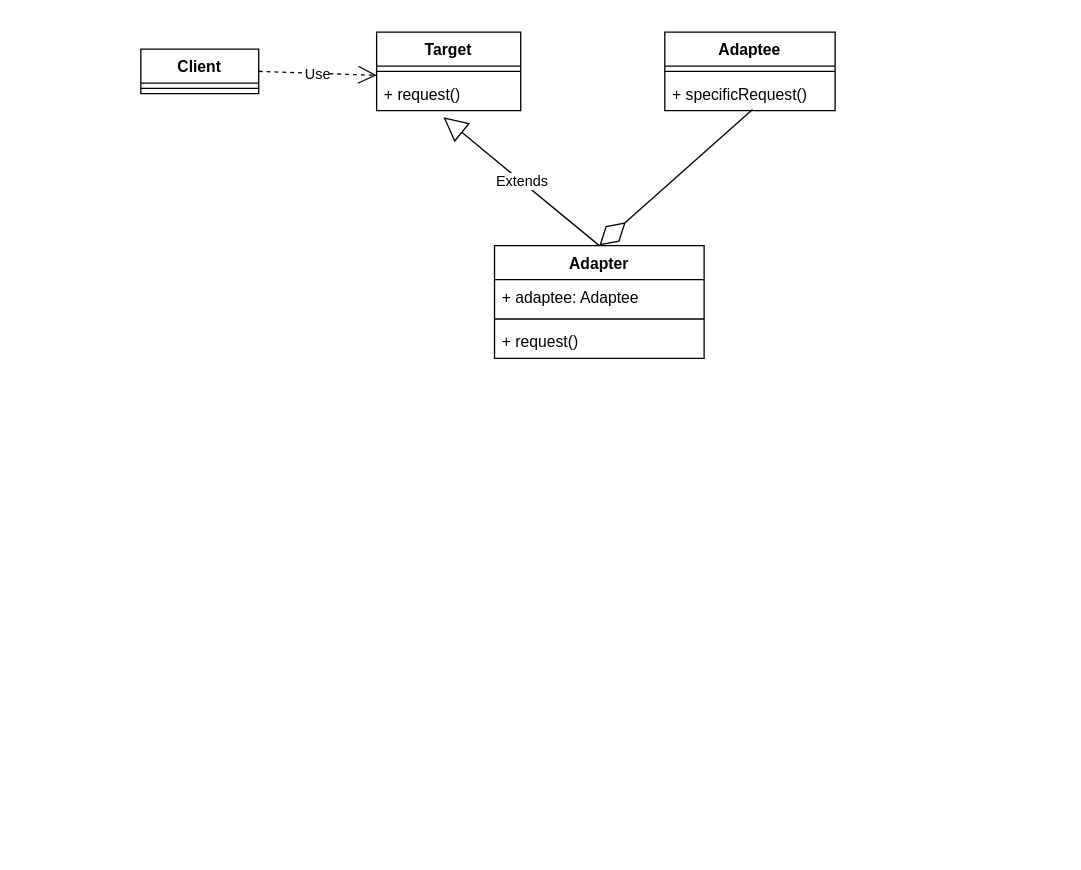
Above: 设计模式/适配器模式-接口适配器.drawio in g1823/Draw (draw.io), before the change. Source tidied: cells renumbered, new cells numbered last; positions are measured from the earlier drawing's top-left corner, leaving out a move shared by most shapes. Both pictures are drawn from the tidied source at 131%, with x=0, y=0 at pixel (140, 31).
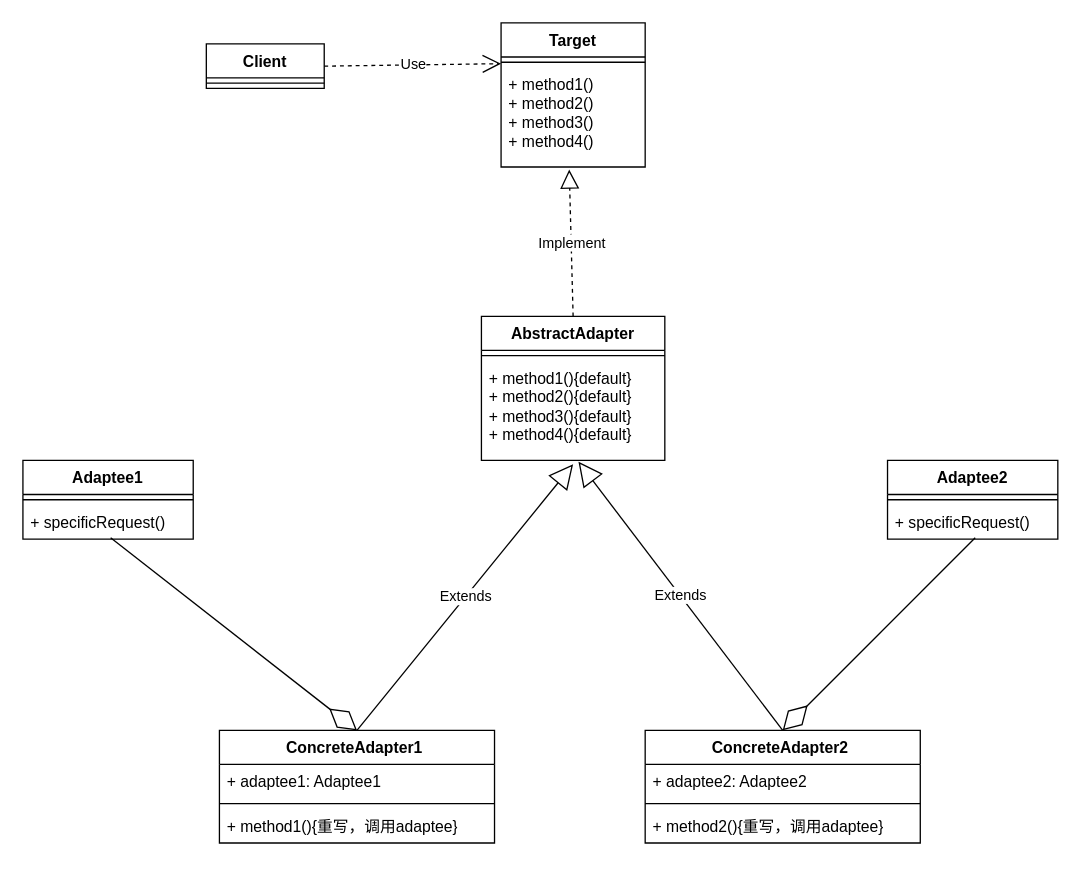
Above is the later version.

Commit message:
更新适配器模式-接口适配器.drawio

The change refers to these unchanged cells:
```xml
<mxCell id="9" value="+ specificRequest()" style="text;strokeColor=none;fillColor=none;align=left;verticalAlign=top;spacingLeft=4;spacingRight=4;overflow=hidden;points=[[0,0.5],[1,0.5]];portConstraint=eastwest;whiteSpace=wrap;html=1;" parent="7" vertex="1">
  <mxGeometry y="34" width="130" height="26" as="geometry" />
</mxCell>
```

What changed in the source:
```diff
@@
     <mxCell id="2" value="Client" style="swimlane;fontStyle=1;align=center;verticalAlign=top;horizontal=1;startSize=26;whiteSpace=wrap;html=1;" parent="1" vertex="1">
-      <mxGeometry y="13" width="90" height="34" as="geometry" />
+      <mxGeometry x="50" y="9" width="90" height="34" as="geometry" />
     </mxCell>
@@
     <mxCell id="4" value="Target" style="swimlane;fontStyle=1;align=center;verticalAlign=top;horizontal=1;startSize=26;whiteSpace=wrap;html=1;" parent="1" vertex="1">
-      <mxGeometry x="180" width="110" height="60" as="geometry" />
+      <mxGeometry x="275" y="-7" width="110" height="110" as="geometry" />
     </mxCell>
@@
-    <mxCell id="6" value="+ request()" style="text;strokeColor=none;fillColor=none;align=left;verticalAlign=top;spacingLeft=4;spacingRight=4;overflow=hidden;points=[[0,0.5],[1,0.5]];portConstraint=eastwest;whiteSpace=wrap;html=1;" parent="4" vertex="1">
-      <mxGeometry y="34" width="110" height="26" as="geometry" />
+    <mxCell id="6" value="+ method1()&lt;div&gt;+ method2()&lt;/div&gt;&lt;div&gt;+ method3()&lt;/div&gt;&lt;div&gt;+ method4()&lt;/div&gt;" style="text;strokeColor=none;fillColor=none;align=left;verticalAlign=top;spacingLeft=4;spacingRight=4;overflow=hidden;points=[[0,0.5],[1,0.5]];portConstraint=eastwest;whiteSpace=wrap;html=1;" parent="4" vertex="1">
+      <mxGeometry y="34" width="110" height="76" as="geometry" />
     </mxCell>
-    <mxCell id="7" value="Adaptee" style="swimlane;fontStyle=1;align=center;verticalAlign=top;horizontal=1;startSize=26;whiteSpace=wrap;html=1;" parent="1" vertex="1">
-      <mxGeometry x="400" width="130" height="60" as="geometry" />
+    <mxCell id="7" value="Adaptee1" style="swimlane;fontStyle=1;align=center;verticalAlign=top;horizontal=1;startSize=26;whiteSpace=wrap;html=1;" parent="1" vertex="1">
+      <mxGeometry x="-90" y="327" width="130" height="60" as="geometry" />
     </mxCell>
@@
-    <mxCell id="11" value="Adapter" style="swimlane;fontStyle=1;align=center;verticalAlign=top;horizontal=1;startSize=26;whiteSpace=wrap;html=1;" parent="1" vertex="1">
-      <mxGeometry x="270" y="163" width="160" height="86" as="geometry" />
+    <mxCell id="11" value="AbstractAdapter" style="swimlane;fontStyle=1;align=center;verticalAlign=top;horizontal=1;startSize=26;whiteSpace=wrap;html=1;" parent="1" vertex="1">
+      <mxGeometry x="260" y="217" width="140" height="110" as="geometry" />
     </mxCell>
-    <mxCell id="12" value="+ adaptee: Adaptee" style="text;strokeColor=none;fillColor=none;align=left;verticalAlign=top;spacingLeft=4;spacingRight=4;overflow=hidden;whiteSpace=wrap;html=1;" parent="11" vertex="1">
-      <mxGeometry y="26" width="160" height="26" as="geometry" />
-    </mxCell>
     <mxCell id="13" style="line;strokeWidth=1;fillColor=none;align=left;verticalAlign=middle;spacingTop=-1;spacingLeft=3;spacingRight=3;labelPosition=right;strokeColor=inherit;" parent="11" vertex="1">
-      <mxGeometry y="52" width="160" height="8" as="geometry" />
+      <mxGeometry y="26" width="140" height="8" as="geometry" />
     </mxCell>
-    <mxCell id="14" value="+ request()" style="text;strokeColor=none;fillColor=none;align=left;verticalAlign=top;spacingLeft=4;spacingRight=4;overflow=hidden;points=[[0,0.5],[1,0.5]];portConstraint=eastwest;whiteSpace=wrap;html=1;" parent="11" vertex="1">
-      <mxGeometry y="60" width="160" height="26" as="geometry" />
+    <mxCell id="14" value="+ method1(){default}&lt;div&gt;+ method2()&lt;span style=&quot;background-color: transparent; color: light-dark(rgb(0, 0, 0), rgb(255, 255, 255));&quot;&gt;{default}&lt;/span&gt;&lt;/div&gt;&lt;div&gt;+ method3()&lt;span style=&quot;background-color: transparent; color: light-dark(rgb(0, 0, 0), rgb(255, 255, 255));&quot;&gt;{default}&lt;/span&gt;&lt;/div&gt;&lt;div&gt;+ method4()&lt;span style=&quot;background-color: transparent; color: light-dark(rgb(0, 0, 0), rgb(255, 255, 255));&quot;&gt;{default}&lt;/span&gt;&lt;/div&gt;" style="text;strokeColor=none;fillColor=none;align=left;verticalAlign=top;spacingLeft=4;spacingRight=4;overflow=hidden;points=[[0,0.5],[1,0.5]];portConstraint=eastwest;whiteSpace=wrap;html=1;" parent="11" vertex="1">
+      <mxGeometry y="34" width="140" height="76" as="geometry" />
     </mxCell>
-    <mxCell id="15" value="Extends" style="endArrow=block;endSize=16;endFill=0;html=1;rounded=0;entryX=0.464;entryY=1.192;entryDx=0;entryDy=0;entryPerimeter=0;exitX=0.5;exitY=0;exitDx=0;exitDy=0;" parent="1" edge="1" source="11" target="6">
+    <mxCell id="15" value="Extends" style="endArrow=block;endSize=16;endFill=0;html=1;rounded=0;entryX=0.5;entryY=1.039;entryDx=0;entryDy=0;entryPerimeter=0;exitX=0.5;exitY=0;exitDx=0;exitDy=0;" parent="1" edge="1" source="19" target="14">
       <mxGeometry relative="1" as="geometry" />
     </mxCell>
-    <mxCell id="16" style="endArrow=diamondThin;endFill=0;endSize=24;html=1;rounded=0;exitX=0.515;exitY=0.962;exitDx=0;exitDy=0;exitPerimeter=0;entryX=0.5;entryY=0;entryDx=0;entryDy=0;" parent="1" edge="1" source="9" target="11">
+    <mxCell id="16" style="endArrow=diamondThin;endFill=0;endSize=24;html=1;rounded=0;exitX=0.515;exitY=0.962;exitDx=0;exitDy=0;exitPerimeter=0;entryX=0.5;entryY=0;entryDx=0;entryDy=0;" parent="1" edge="1" source="9" target="19">
       <mxGeometry relative="1" as="geometry" />
     </mxCell>
+    <mxCell id="17" style="endArrow=block;dashed=1;endFill=0;endSize=12;html=1;rounded=0;entryX=0.473;entryY=1.026;entryDx=0;entryDy=0;entryPerimeter=0;exitX=0.5;exitY=0;exitDx=0;exitDy=0;" parent="1" edge="1" source="11" target="6">
+      <mxGeometry relative="1" as="geometry" />
+    </mxCell>
+    <mxCell id="18" value="Implement" style="edgeLabel;html=1;align=center;verticalAlign=middle;" parent="17" vertex="1">
+      <mxGeometry x="0.02" relative="1" as="geometry" />
+    </mxCell>
+    <mxCell id="19" value="ConcreteAdapter1&amp;nbsp;" style="swimlane;fontStyle=1;align=center;verticalAlign=top;horizontal=1;startSize=26;whiteSpace=wrap;html=1;" parent="1" vertex="1">
+      <mxGeometry x="60" y="533" width="210" height="86" as="geometry" />
+    </mxCell>
+    <mxCell id="20" value="+ adaptee1: Adaptee1" style="text;strokeColor=none;fillColor=none;align=left;verticalAlign=top;spacingLeft=4;spacingRight=4;overflow=hidden;whiteSpace=wrap;html=1;" parent="19" vertex="1">
+      <mxGeometry y="26" width="210" height="26" as="geometry" />
+    </mxCell>
+    <mxCell id="21" style="line;strokeWidth=1;fillColor=none;align=left;verticalAlign=middle;spacingTop=-1;spacingLeft=3;spacingRight=3;labelPosition=right;strokeColor=inherit;" parent="19" vertex="1">
+      <mxGeometry y="52" width="210" height="8" as="geometry" />
+    </mxCell>
+    <mxCell id="22" value="+ method1(){重写，调用adaptee}" style="text;strokeColor=none;fillColor=none;align=left;verticalAlign=top;spacingLeft=4;spacingRight=4;overflow=hidden;whiteSpace=wrap;html=1;" parent="19" vertex="1">
+      <mxGeometry y="60" width="210" height="26" as="geometry" />
+    </mxCell>
+    <mxCell id="23" value="Adaptee2" style="swimlane;fontStyle=1;align=center;verticalAlign=top;horizontal=1;startSize=26;whiteSpace=wrap;html=1;" parent="1" vertex="1">
+      <mxGeometry x="570" y="327" width="130" height="60" as="geometry" />
+    </mxCell>
+    <mxCell id="24" style="line;strokeWidth=1;fillColor=none;align=left;verticalAlign=middle;spacingTop=-1;spacingLeft=3;spacingRight=3;labelPosition=right;strokeColor=inherit;" parent="23" vertex="1">
+      <mxGeometry y="26" width="130" height="8" as="geometry" />
+    </mxCell>
+    <mxCell id="25" value="+ specificRequest()" style="text;strokeColor=none;fillColor=none;align=left;verticalAlign=top;spacingLeft=4;spacingRight=4;overflow=hidden;points=[[0,0.5],[1,0.5]];portConstraint=eastwest;whiteSpace=wrap;html=1;" parent="23" vertex="1">
+      <mxGeometry y="34" width="130" height="26" as="geometry" />
+    </mxCell>
+    <mxCell id="26" value="Extends" style="endArrow=block;endSize=16;endFill=0;html=1;rounded=0;entryX=0.529;entryY=1.013;entryDx=0;entryDy=0;entryPerimeter=0;exitX=0.5;exitY=0;exitDx=0;exitDy=0;" parent="1" edge="1" source="28" target="14">
+      <mxGeometry relative="1" as="geometry" />
+    </mxCell>
+    <mxCell id="27" style="endArrow=diamondThin;endFill=0;endSize=24;html=1;rounded=0;exitX=0.515;exitY=0.962;exitDx=0;exitDy=0;exitPerimeter=0;entryX=0.5;entryY=0;entryDx=0;entryDy=0;" parent="1" edge="1" source="25" target="28">
+      <mxGeometry relative="1" as="geometry" />
+    </mxCell>
+    <mxCell id="28" value="ConcreteAdapter2&amp;nbsp;" style="swimlane;fontStyle=1;align=center;verticalAlign=top;horizontal=1;startSize=26;whiteSpace=wrap;html=1;" parent="1" vertex="1">
+      <mxGeometry x="385" y="533" width="210" height="86" as="geometry" />
+    </mxCell>
+    <mxCell id="29" value="+ adaptee2: Adaptee2" style="text;strokeColor=none;fillColor=none;align=left;verticalAlign=top;spacingLeft=4;spacingRight=4;overflow=hidden;whiteSpace=wrap;html=1;" parent="28" vertex="1">
+      <mxGeometry y="26" width="210" height="26" as="geometry" />
+    </mxCell>
+    <mxCell id="30" style="line;strokeWidth=1;fillColor=none;align=left;verticalAlign=middle;spacingTop=-1;spacingLeft=3;spacingRight=3;labelPosition=right;strokeColor=inherit;" parent="28" vertex="1">
+      <mxGeometry y="52" width="210" height="8" as="geometry" />
+    </mxCell>
+    <mxCell id="31" value="+ method2(){重写，调用adaptee}" style="text;strokeColor=none;fillColor=none;align=left;verticalAlign=top;spacingLeft=4;spacingRight=4;overflow=hidden;whiteSpace=wrap;html=1;" parent="28" vertex="1">
+      <mxGeometry y="60" width="210" height="26" as="geometry" />
+    </mxCell>
```
